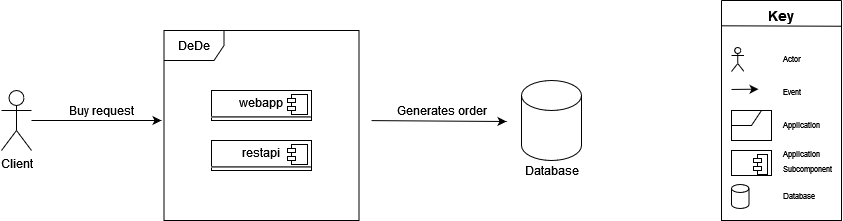
Above: docs/images/business_context_diagram.png in Arquisoft/dede_es5a (draw.io), before the change. Source tidied: cells renumbered, new cells last; positions are measured from the earlier drawing's top-left corner, leaving out a move shared by most shapes. Source of this version:
```xml
<mxGraphModel>
  <root>
    <mxCell id="0" />
    <mxCell id="1" parent="0" />
    <mxCell id="2" value="DeDe" style="shape=umlFrame;whiteSpace=wrap;html=1;" parent="1" vertex="1">
      <mxGeometry x="162.5" y="30" width="195" height="190" as="geometry" />
    </mxCell>
    <mxCell id="3" value="&lt;p style=&quot;margin: 0px ; margin-top: 6px ; text-align: center&quot;&gt;webapp&lt;br&gt;&lt;/p&gt;&lt;hr&gt;" style="align=left;overflow=fill;html=1;" parent="1" vertex="1">
      <mxGeometry x="210" y="90" width="100" height="30" as="geometry" />
    </mxCell>
    <mxCell id="4" style="shape=component;jettyWidth=8;jettyHeight=4;" parent="3" vertex="1">
      <mxGeometry x="1" width="20" height="20" relative="1" as="geometry">
        <mxPoint x="-24" y="4" as="offset" />
      </mxGeometry>
    </mxCell>
    <mxCell id="5" value="&lt;p style=&quot;margin: 0px ; margin-top: 6px ; text-align: center&quot;&gt;restapi&lt;br&gt;&lt;/p&gt;&lt;hr&gt;" style="align=left;overflow=fill;html=1;" parent="1" vertex="1">
      <mxGeometry x="210" y="140" width="100" height="30" as="geometry" />
    </mxCell>
    <mxCell id="6" style="shape=component;jettyWidth=8;jettyHeight=4;" parent="5" vertex="1">
      <mxGeometry x="1" width="20" height="20" relative="1" as="geometry">
        <mxPoint x="-24" y="4" as="offset" />
      </mxGeometry>
    </mxCell>
    <mxCell id="7" value="Client" style="shape=umlActor;verticalLabelPosition=bottom;verticalAlign=top;html=1;" parent="1" vertex="1">
      <mxGeometry y="90" width="30" height="60" as="geometry" />
    </mxCell>
    <mxCell id="8" style="endArrow=classic;html=1;rounded=0;" parent="1" edge="1" source="7">
      <mxGeometry relative="1" as="geometry">
        <mxPoint x="160" y="120" as="targetPoint" />
      </mxGeometry>
    </mxCell>
    <mxCell id="9" value="Buy request" style="text;html=1;align=center;verticalAlign=middle;points=[];strokeColor=none;fillColor=none;" parent="1" vertex="1">
      <mxGeometry x="60" y="100" width="80" height="20" as="geometry" />
    </mxCell>
    <mxCell id="10" style="endArrow=classic;html=1;rounded=0;entryX=0;entryY=0.479;entryDx=0;entryDy=0;entryPerimeter=0;" parent="1" edge="1">
      <mxGeometry relative="1" as="geometry">
        <mxPoint x="370" y="120.1" as="sourcePoint" />
        <mxPoint x="505" y="121" as="targetPoint" />
      </mxGeometry>
    </mxCell>
    <mxCell id="11" value="Generates order" style="text;html=1;align=center;verticalAlign=middle;strokeColor=none;fillColor=none;" parent="1" vertex="1">
      <mxGeometry x="385" y="100" width="110" height="20" as="geometry" />
    </mxCell>
    <mxCell id="12" style="swimlane;startSize=0;" parent="1" vertex="1">
      <mxGeometry x="720" width="120" height="220" as="geometry" />
    </mxCell>
    <mxCell id="13" style="shape=umlActor;verticalLabelPosition=bottom;verticalAlign=top;html=1;" parent="12" vertex="1">
      <mxGeometry x="10" y="47" width="12.5" height="24" as="geometry" />
    </mxCell>
    <mxCell id="14" value="Event" style="text;html=1;strokeColor=none;fillColor=none;align=left;verticalAlign=middle;whiteSpace=wrap;rounded=0;fontSize=8;" parent="12" vertex="1">
      <mxGeometry x="60" y="77" width="60" height="30" as="geometry" />
    </mxCell>
    <mxCell id="15" value="&lt;font style=&quot;font-size: 14px&quot;&gt;&lt;b&gt;Key&lt;/b&gt;&lt;/font&gt;" style="text;html=1;strokeColor=none;fillColor=none;align=center;verticalAlign=middle;whiteSpace=wrap;rounded=0;" parent="12" vertex="1">
      <mxGeometry x="30" width="60" height="30" as="geometry" />
    </mxCell>
    <mxCell id="16" style="endArrow=classic;html=1;rounded=0;" parent="12" edge="1">
      <mxGeometry relative="1" as="geometry">
        <mxPoint x="10" y="89" as="sourcePoint" />
        <mxPoint x="37" y="88.7" as="targetPoint" />
      </mxGeometry>
    </mxCell>
    <mxCell id="17" style="shape=umlFrame;whiteSpace=wrap;html=1;width=30;height=15;" parent="12" vertex="1">
      <mxGeometry x="10" y="110" width="40" height="30" as="geometry" />
    </mxCell>
    <mxCell id="18" value="Actor" style="text;html=1;strokeColor=none;fillColor=none;align=left;verticalAlign=middle;whiteSpace=wrap;rounded=0;fontSize=8;" parent="12" vertex="1">
      <mxGeometry x="60" y="44" width="60" height="30" as="geometry" />
    </mxCell>
    <mxCell id="19" value="Application" style="text;html=1;strokeColor=none;fillColor=none;align=left;verticalAlign=middle;whiteSpace=wrap;rounded=0;fontSize=8;" parent="12" vertex="1">
      <mxGeometry x="60" y="110" width="60" height="30" as="geometry" />
    </mxCell>
    <mxCell id="20" value="&lt;p style=&quot;margin: 0px ; margin-top: 6px ; text-align: center&quot;&gt;&lt;br&gt;&lt;/p&gt;&lt;hr&gt;" style="align=left;overflow=fill;html=1;" parent="12" vertex="1">
      <mxGeometry x="10" y="150" width="40" height="25" as="geometry" />
    </mxCell>
    <mxCell id="21" style="shape=component;jettyWidth=8;jettyHeight=4;" parent="20" vertex="1">
      <mxGeometry x="1" width="14" height="20" relative="1" as="geometry">
        <mxPoint x="-18" y="4" as="offset" />
      </mxGeometry>
    </mxCell>
    <mxCell id="22" value="&lt;font style=&quot;font-size: 8px&quot;&gt;Application Subcomponent&lt;/font&gt;" style="text;html=1;strokeColor=none;fillColor=none;align=left;verticalAlign=middle;whiteSpace=wrap;rounded=0;" parent="12" vertex="1">
      <mxGeometry x="60" y="145" width="60" height="30" as="geometry" />
    </mxCell>
    <mxCell id="23" value="Database" style="text;html=1;strokeColor=none;fillColor=none;align=left;verticalAlign=middle;whiteSpace=wrap;rounded=0;fontSize=8;" parent="12" vertex="1">
      <mxGeometry x="60" y="181" width="60" height="30" as="geometry" />
    </mxCell>
    <mxCell id="24" style="shape=cylinder3;whiteSpace=wrap;html=1;boundedLbl=1;backgroundOutline=1;size=4;" parent="12" vertex="1">
      <mxGeometry x="10" y="184" width="17.5" height="24" as="geometry" />
    </mxCell>
    <mxCell id="25" style="endArrow=none;html=1;rounded=0;entryX=1.001;entryY=0.117;entryDx=0;entryDy=0;entryPerimeter=0;exitX=0;exitY=0.115;exitDx=0;exitDy=0;exitPerimeter=0;" parent="1" edge="1" source="12" target="12">
      <mxGeometry relative="1" as="geometry" />
    </mxCell>
    <mxCell id="26" style="shape=cylinder3;whiteSpace=wrap;html=1;boundedLbl=1;backgroundOutline=1;size=15;" parent="1" vertex="1">
      <mxGeometry x="520" y="80" width="60" height="80" as="geometry" />
    </mxCell>
    <mxCell id="27" value="Database" style="text;html=1;align=center;verticalAlign=middle;strokeColor=none;fillColor=none;" parent="1" vertex="1">
      <mxGeometry x="515" y="160" width="70" height="20" as="geometry" />
    </mxCell>
  </root>
</mxGraphModel>
```
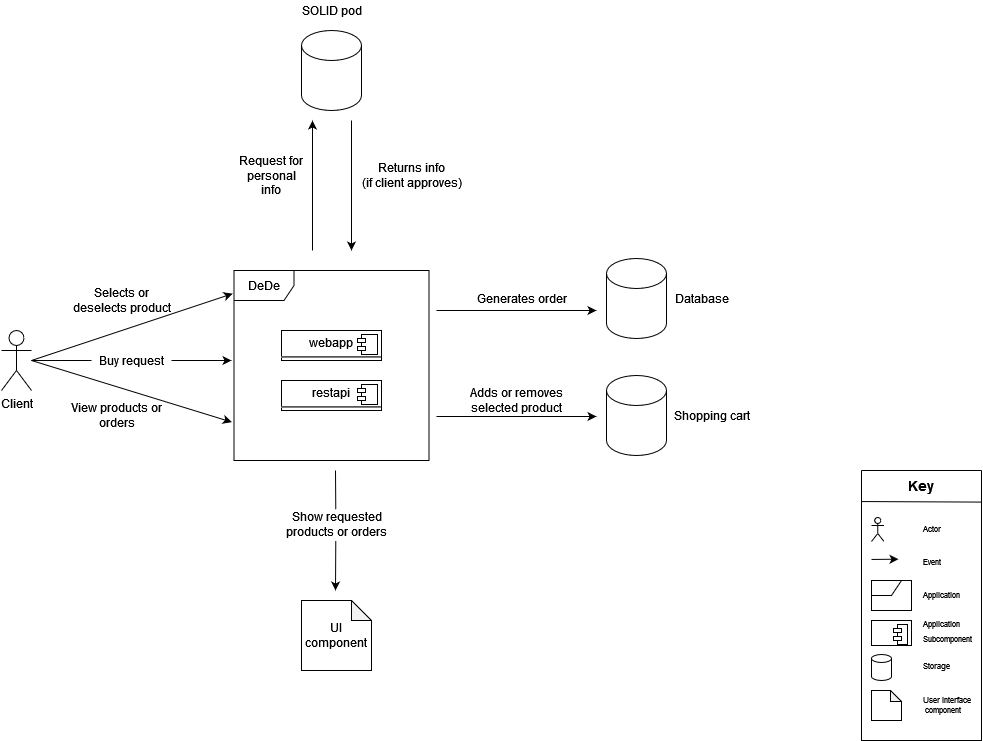
Above is the later version.

Commit message:
Terminado diagrama de contexto negocio

What changed in the source:
```diff
@@ -3,10 +3,10 @@
     <mxCell id="0" />
     <mxCell id="1" parent="0" />
     <mxCell id="2" value="DeDe" style="shape=umlFrame;whiteSpace=wrap;html=1;" parent="1" vertex="1">
-      <mxGeometry x="162.5" y="30" width="195" height="190" as="geometry" />
+      <mxGeometry x="132.5" y="180" width="195" height="190" as="geometry" />
     </mxCell>
     <mxCell id="3" value="&lt;p style=&quot;margin: 0px ; margin-top: 6px ; text-align: center&quot;&gt;webapp&lt;br&gt;&lt;/p&gt;&lt;hr&gt;" style="align=left;overflow=fill;html=1;" parent="1" vertex="1">
-      <mxGeometry x="210" y="90" width="100" height="30" as="geometry" />
+      <mxGeometry x="180" y="240" width="100" height="30" as="geometry" />
     </mxCell>
     <mxCell id="4" style="shape=component;jettyWidth=8;jettyHeight=4;" parent="3" vertex="1">
       <mxGeometry x="1" width="20" height="20" relative="1" as="geometry">
@@ -14,7 +14,7 @@
       </mxGeometry>
     </mxCell>
     <mxCell id="5" value="&lt;p style=&quot;margin: 0px ; margin-top: 6px ; text-align: center&quot;&gt;restapi&lt;br&gt;&lt;/p&gt;&lt;hr&gt;" style="align=left;overflow=fill;html=1;" parent="1" vertex="1">
-      <mxGeometry x="210" y="140" width="100" height="30" as="geometry" />
+      <mxGeometry x="180" y="290" width="100" height="30" as="geometry" />
     </mxCell>
     <mxCell id="6" style="shape=component;jettyWidth=8;jettyHeight=4;" parent="5" vertex="1">
       <mxGeometry x="1" width="20" height="20" relative="1" as="geometry">
@@ -22,27 +22,24 @@
       </mxGeometry>
     </mxCell>
     <mxCell id="7" value="Client" style="shape=umlActor;verticalLabelPosition=bottom;verticalAlign=top;html=1;" parent="1" vertex="1">
-      <mxGeometry y="90" width="30" height="60" as="geometry" />
+      <mxGeometry x="-100" y="240" width="30" height="60" as="geometry" />
     </mxCell>
-    <mxCell id="8" style="endArrow=classic;html=1;rounded=0;" parent="1" edge="1" source="7">
+    <mxCell id="8" style="endArrow=classic;html=1;rounded=0;startArrow=none;" parent="1" edge="1" source="9">
       <mxGeometry relative="1" as="geometry">
-        <mxPoint x="160" y="120" as="targetPoint" />
+        <mxPoint x="130" y="270" as="targetPoint" />
       </mxGeometry>
     </mxCell>
-    <mxCell id="9" value="Buy request" style="text;html=1;align=center;verticalAlign=middle;points=[];strokeColor=none;fillColor=none;" parent="1" vertex="1">
-      <mxGeometry x="60" y="100" width="80" height="20" as="geometry" />
-    </mxCell>
-    <mxCell id="10" style="endArrow=classic;html=1;rounded=0;entryX=0;entryY=0.479;entryDx=0;entryDy=0;entryPerimeter=0;" parent="1" edge="1">
+    <mxCell id="10" style="endArrow=classic;html=1;rounded=0;" parent="1" edge="1">
       <mxGeometry relative="1" as="geometry">
-        <mxPoint x="370" y="120.1" as="sourcePoint" />
-        <mxPoint x="505" y="121" as="targetPoint" />
+        <mxPoint x="335" y="220" as="sourcePoint" />
+        <mxPoint x="495" y="220" as="targetPoint" />
       </mxGeometry>
     </mxCell>
-    <mxCell id="11" value="Generates order" style="text;html=1;align=center;verticalAlign=middle;strokeColor=none;fillColor=none;" parent="1" vertex="1">
-      <mxGeometry x="385" y="100" width="110" height="20" as="geometry" />
+    <mxCell id="11" value="&lt;div&gt;Generates order&lt;br&gt;&lt;/div&gt;" style="text;html=1;align=center;verticalAlign=middle;strokeColor=none;fillColor=none;" parent="1" vertex="1">
+      <mxGeometry x="365" y="198" width="110" height="20" as="geometry" />
     </mxCell>
     <mxCell id="12" style="swimlane;startSize=0;" parent="1" vertex="1">
-      <mxGeometry x="720" width="120" height="220" as="geometry" />
+      <mxGeometry x="760" y="380" width="120" height="270" as="geometry" />
     </mxCell>
     <mxCell id="13" style="shape=umlActor;verticalLabelPosition=bottom;verticalAlign=top;html=1;" parent="12" vertex="1">
       <mxGeometry x="10" y="47" width="12.5" height="24" as="geometry" />
@@ -79,20 +76,103 @@
     <mxCell id="22" value="&lt;font style=&quot;font-size: 8px&quot;&gt;Application Subcomponent&lt;/font&gt;" style="text;html=1;strokeColor=none;fillColor=none;align=left;verticalAlign=middle;whiteSpace=wrap;rounded=0;" parent="12" vertex="1">
       <mxGeometry x="60" y="145" width="60" height="30" as="geometry" />
     </mxCell>
-    <mxCell id="23" value="Database" style="text;html=1;strokeColor=none;fillColor=none;align=left;verticalAlign=middle;whiteSpace=wrap;rounded=0;fontSize=8;" parent="12" vertex="1">
+    <mxCell id="23" value="Storage" style="text;html=1;strokeColor=none;fillColor=none;align=left;verticalAlign=middle;whiteSpace=wrap;rounded=0;fontSize=8;" parent="12" vertex="1">
       <mxGeometry x="60" y="181" width="60" height="30" as="geometry" />
     </mxCell>
     <mxCell id="24" style="shape=cylinder3;whiteSpace=wrap;html=1;boundedLbl=1;backgroundOutline=1;size=4;" parent="12" vertex="1">
-      <mxGeometry x="10" y="184" width="17.5" height="24" as="geometry" />
+      <mxGeometry x="10" y="184" width="20" height="26" as="geometry" />
     </mxCell>
+    <mxCell id="28" style="shape=note;whiteSpace=wrap;html=1;backgroundOutline=1;darkOpacity=0.05;size=11;" parent="12" vertex="1">
+      <mxGeometry x="10" y="220" width="30" height="30" as="geometry" />
+    </mxCell>
+    <mxCell id="29" value="&lt;div&gt;User Interface&lt;/div&gt;&amp;nbsp;component" style="text;html=1;strokeColor=none;fillColor=none;align=left;verticalAlign=middle;whiteSpace=wrap;rounded=0;fontSize=8;" parent="12" vertex="1">
+      <mxGeometry x="60" y="220" width="60" height="30" as="geometry" />
+    </mxCell>
     <mxCell id="25" style="endArrow=none;html=1;rounded=0;entryX=1.001;entryY=0.117;entryDx=0;entryDy=0;entryPerimeter=0;exitX=0;exitY=0.115;exitDx=0;exitDy=0;exitPerimeter=0;" parent="1" edge="1" source="12" target="12">
       <mxGeometry relative="1" as="geometry" />
     </mxCell>
     <mxCell id="26" style="shape=cylinder3;whiteSpace=wrap;html=1;boundedLbl=1;backgroundOutline=1;size=15;" parent="1" vertex="1">
-      <mxGeometry x="520" y="80" width="60" height="80" as="geometry" />
+      <mxGeometry x="505" y="168" width="60" height="80" as="geometry" />
     </mxCell>
     <mxCell id="27" value="Database" style="text;html=1;align=center;verticalAlign=middle;strokeColor=none;fillColor=none;" parent="1" vertex="1">
-      <mxGeometry x="515" y="160" width="70" height="20" as="geometry" />
+      <mxGeometry x="565" y="198" width="70" height="20" as="geometry" />
     </mxCell>
+    <mxCell id="30" style="endArrow=classic;html=1;rounded=0;entryX=-0.011;entryY=0.798;entryDx=0;entryDy=0;entryPerimeter=0;" parent="1" edge="1" target="2">
+      <mxGeometry relative="1" as="geometry">
+        <mxPoint x="-70" y="270" as="sourcePoint" />
+      </mxGeometry>
+    </mxCell>
+    <mxCell id="31" value="&lt;div&gt;View products or &lt;br&gt;&lt;/div&gt;&lt;div&gt;orders&lt;/div&gt;" style="text;html=1;align=center;verticalAlign=middle;strokeColor=none;fillColor=none;" parent="1" vertex="1">
+      <mxGeometry x="-40" y="310" width="110" height="30" as="geometry" />
+    </mxCell>
+    <mxCell id="32" style="endArrow=classic;html=1;rounded=0;exitX=0.494;exitY=1.04;exitDx=0;exitDy=0;exitPerimeter=0;startArrow=none;" parent="1" edge="1" source="34">
+      <mxGeometry relative="1" as="geometry">
+        <mxPoint x="234" y="500" as="targetPoint" />
+      </mxGeometry>
+    </mxCell>
+    <mxCell id="33" value="UI component" style="shape=note;whiteSpace=wrap;html=1;backgroundOutline=1;darkOpacity=0.05;size=20;" parent="1" vertex="1">
+      <mxGeometry x="200" y="510" width="70" height="70" as="geometry" />
+    </mxCell>
+    <mxCell id="34" value="&lt;div&gt;Show requested&lt;/div&gt;&lt;div&gt;products or orders&lt;br&gt;&lt;/div&gt;" style="text;html=1;align=center;verticalAlign=middle;points=[];strokeColor=none;fillColor=none;" parent="1" vertex="1">
+      <mxGeometry x="175" y="419" width="120" height="30" as="geometry" />
+    </mxCell>
+    <mxCell id="35" style="endArrow=none;html=1;rounded=0;entryX=0.494;entryY=0;entryDx=0;entryDy=0;entryPerimeter=0;" parent="1" edge="1" target="34">
+      <mxGeometry relative="1" as="geometry">
+        <mxPoint x="234" y="380" as="sourcePoint" />
+      </mxGeometry>
+    </mxCell>
+    <mxCell id="36" style="shape=cylinder3;whiteSpace=wrap;html=1;boundedLbl=1;backgroundOutline=1;size=15;" parent="1" vertex="1">
+      <mxGeometry x="200" y="-60" width="60" height="80" as="geometry" />
+    </mxCell>
+    <mxCell id="37" style="endArrow=classic;html=1;rounded=0;" parent="1" edge="1">
+      <mxGeometry relative="1" as="geometry">
+        <mxPoint x="211" y="160" as="sourcePoint" />
+        <mxPoint x="211" y="30" as="targetPoint" />
+      </mxGeometry>
+    </mxCell>
+    <mxCell id="38" style="endArrow=classic;html=1;rounded=0;" parent="1" edge="1">
+      <mxGeometry relative="1" as="geometry">
+        <mxPoint x="250" y="30" as="sourcePoint" />
+        <mxPoint x="250" y="160" as="targetPoint" />
+      </mxGeometry>
+    </mxCell>
+    <mxCell id="39" value="SOLID pod" style="text;html=1;align=center;verticalAlign=middle;strokeColor=none;fillColor=none;" parent="1" vertex="1">
+      <mxGeometry x="190" y="-90" width="80" height="20" as="geometry" />
+    </mxCell>
+    <mxCell id="40" value="Request for personal info" style="text;html=1;strokeColor=none;fillColor=none;align=center;verticalAlign=middle;whiteSpace=wrap;rounded=0;" parent="1" vertex="1">
+      <mxGeometry x="135" y="70" width="70" height="30" as="geometry" />
+    </mxCell>
+    <mxCell id="41" value="&lt;div&gt;Returns info&lt;/div&gt;&lt;div&gt;(if client approves)&lt;/div&gt;" style="text;html=1;align=center;verticalAlign=middle;strokeColor=none;fillColor=none;" parent="1" vertex="1">
+      <mxGeometry x="250" y="70" width="120" height="30" as="geometry" />
+    </mxCell>
+    <mxCell id="9" value="Buy request" style="text;html=1;align=center;verticalAlign=middle;points=[];strokeColor=none;fillColor=none;" parent="1" vertex="1">
+      <mxGeometry x="-10" y="260" width="80" height="20" as="geometry" />
+    </mxCell>
+    <mxCell id="42" style="endArrow=none;html=1;rounded=0;" parent="1" edge="1" source="7" target="9">
+      <mxGeometry relative="1" as="geometry" />
+    </mxCell>
+    <mxCell id="43" style="endArrow=classic;html=1;rounded=0;entryX=-0.007;entryY=0.122;entryDx=0;entryDy=0;entryPerimeter=0;" parent="1" edge="1" target="2">
+      <mxGeometry relative="1" as="geometry">
+        <mxPoint x="-70" y="270" as="sourcePoint" />
+      </mxGeometry>
+    </mxCell>
+    <mxCell id="44" value="&lt;div&gt;Selects or &lt;br&gt;&lt;/div&gt;&lt;div&gt;deselects product&lt;/div&gt;" style="text;html=1;align=center;verticalAlign=middle;strokeColor=none;fillColor=none;" parent="1" vertex="1">
+      <mxGeometry x="-35" y="195" width="110" height="30" as="geometry" />
+    </mxCell>
+    <mxCell id="45" style="endArrow=classic;html=1;rounded=0;" parent="1" edge="1">
+      <mxGeometry relative="1" as="geometry">
+        <mxPoint x="335" y="326" as="sourcePoint" />
+        <mxPoint x="495" y="326" as="targetPoint" />
+      </mxGeometry>
+    </mxCell>
+    <mxCell id="46" style="shape=cylinder3;whiteSpace=wrap;html=1;boundedLbl=1;backgroundOutline=1;size=15;" parent="1" vertex="1">
+      <mxGeometry x="505" y="285" width="60" height="80" as="geometry" />
+    </mxCell>
+    <mxCell id="47" value="Shopping cart" style="text;html=1;align=center;verticalAlign=middle;strokeColor=none;fillColor=none;" parent="1" vertex="1">
+      <mxGeometry x="565" y="315" width="90" height="20" as="geometry" />
+    </mxCell>
+    <mxCell id="48" value="&lt;div&gt;Adds or removes &lt;br&gt;&lt;/div&gt;&lt;div&gt;selected product&lt;/div&gt;" style="text;html=1;align=center;verticalAlign=middle;strokeColor=none;fillColor=none;" parent="1" vertex="1">
+      <mxGeometry x="360" y="295" width="110" height="30" as="geometry" />
+    </mxCell>
   </root>
 </mxGraphModel>
```
